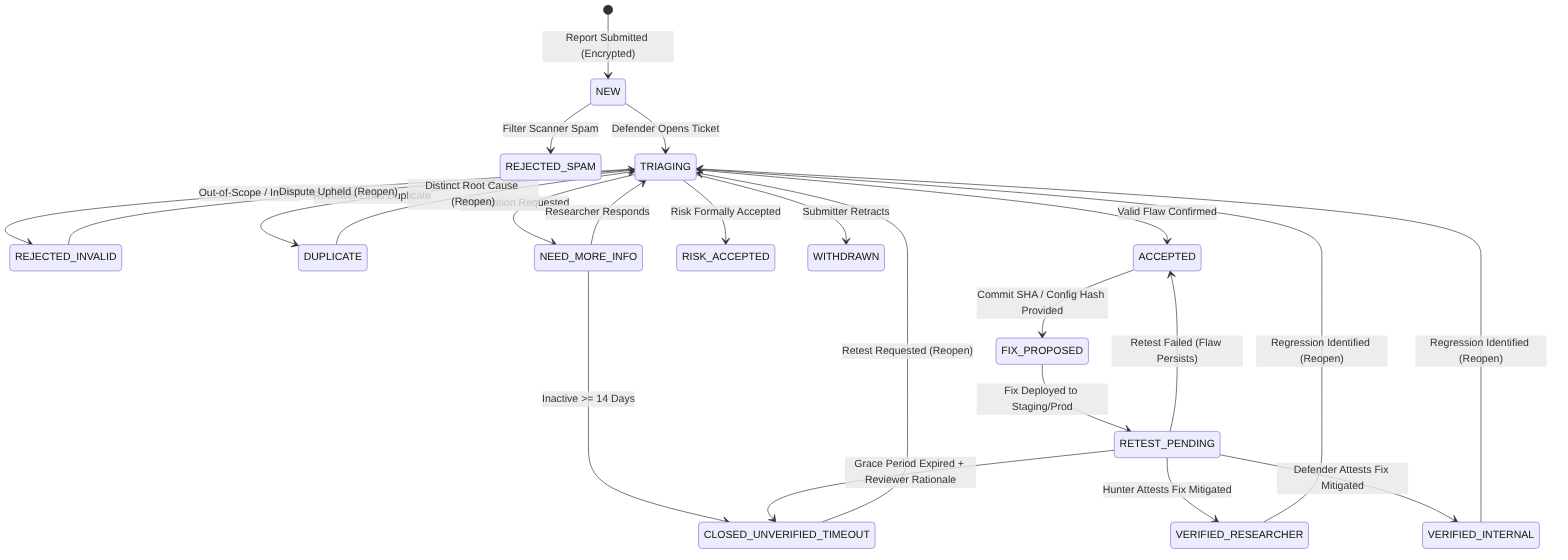
Above: requirements/diagrams/fig4_5_statemachine.png in Taha-Asad/BugBountyTracker (Mermaid), before the change. Its source is kept beside it as requirements/diagrams/fig4_5_statemachine.mmd. Source of this version:
```mermaid
stateDiagram-v2
    [*] --> NEW: Report Submitted (Encrypted)
    NEW --> REJECTED_SPAM: Filter Scanner Spam
    NEW --> TRIAGING: Defender Opens Ticket
    TRIAGING --> REJECTED_INVALID: Out-of-Scope / Invalid
    TRIAGING --> DUPLICATE: Reviewer Links Duplicate
    TRIAGING --> NEED_MORE_INFO: Clarification Requested
    NEED_MORE_INFO --> TRIAGING: Researcher Responds
    NEED_MORE_INFO --> CLOSED_UNVERIFIED_TIMEOUT: Inactive >= 14 Days
    TRIAGING --> RISK_ACCEPTED: Risk Formally Accepted
    TRIAGING --> WITHDRAWN: Submitter Retracts
    TRIAGING --> ACCEPTED: Valid Flaw Confirmed

    ACCEPTED --> FIX_PROPOSED: Commit SHA / Config Hash Provided
    FIX_PROPOSED --> RETEST_PENDING: Fix Deployed to Staging/Prod

    RETEST_PENDING --> VERIFIED_RESEARCHER: Hunter Attests Fix Mitigated
    RETEST_PENDING --> VERIFIED_INTERNAL: Defender Attests Fix Mitigated
    RETEST_PENDING --> CLOSED_UNVERIFIED_TIMEOUT: Grace Period Expired + Reviewer Rationale
    RETEST_PENDING --> ACCEPTED: Retest Failed (Flaw Persists)

    VERIFIED_RESEARCHER --> TRIAGING: Regression Identified (Reopen)
    VERIFIED_INTERNAL --> TRIAGING: Regression Identified (Reopen)
    CLOSED_UNVERIFIED_TIMEOUT --> TRIAGING: Retest Requested (Reopen)
    REJECTED_INVALID --> TRIAGING: Dispute Upheld (Reopen)
    DUPLICATE --> TRIAGING: Distinct Root Cause (Reopen)
```
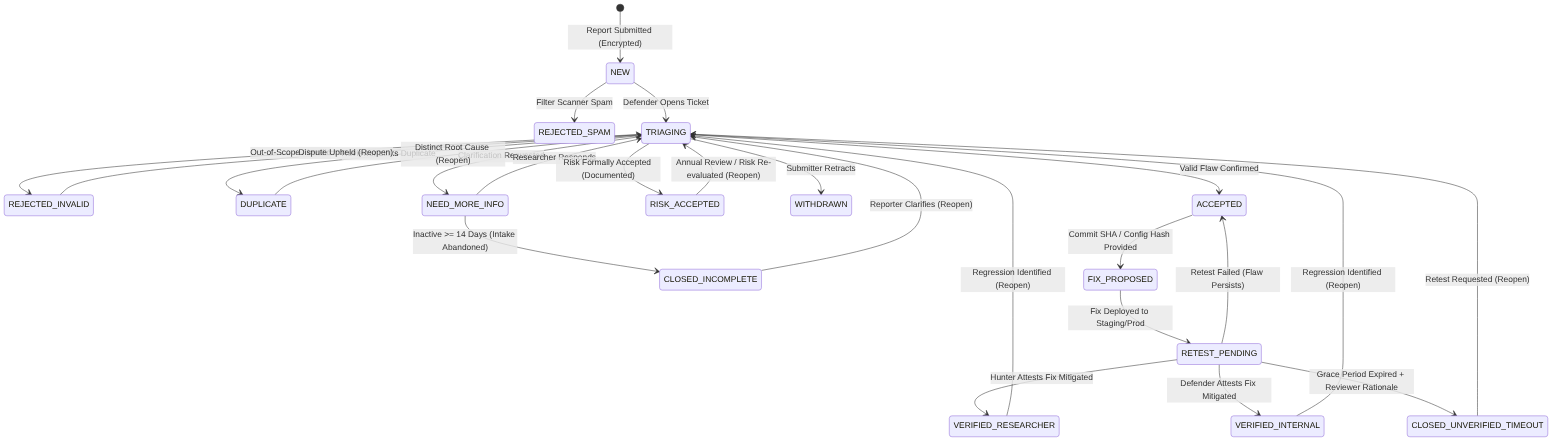
Later version of the same file.

What changed in the source:
```diff
@@ -6,8 +6,8 @@
     TRIAGING --> DUPLICATE: Reviewer Links Duplicate
     TRIAGING --> NEED_MORE_INFO: Clarification Requested
     NEED_MORE_INFO --> TRIAGING: Researcher Responds
-    NEED_MORE_INFO --> CLOSED_UNVERIFIED_TIMEOUT: Inactive >= 14 Days
-    TRIAGING --> RISK_ACCEPTED: Risk Formally Accepted
+    NEED_MORE_INFO --> CLOSED_INCOMPLETE: Inactive >= 14 Days (Intake Abandoned)
+    TRIAGING --> RISK_ACCEPTED: Risk Formally Accepted (Documented)
     TRIAGING --> WITHDRAWN: Submitter Retracts
     TRIAGING --> ACCEPTED: Valid Flaw Confirmed
 
@@ -22,5 +22,7 @@
     VERIFIED_RESEARCHER --> TRIAGING: Regression Identified (Reopen)
     VERIFIED_INTERNAL --> TRIAGING: Regression Identified (Reopen)
     CLOSED_UNVERIFIED_TIMEOUT --> TRIAGING: Retest Requested (Reopen)
+    CLOSED_INCOMPLETE --> TRIAGING: Reporter Clarifies (Reopen)
     REJECTED_INVALID --> TRIAGING: Dispute Upheld (Reopen)
     DUPLICATE --> TRIAGING: Distinct Root Cause (Reopen)
+    RISK_ACCEPTED --> TRIAGING: Annual Review / Risk Re-evaluated (Reopen)
```
